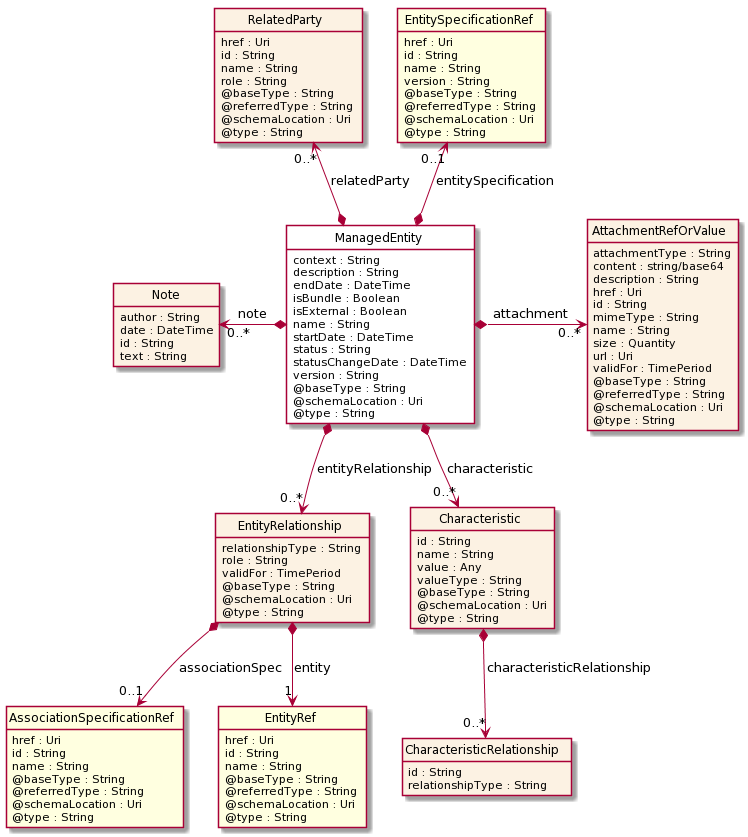
This is apis/TMF703_Entity_Inventory/documentation/diagrams/Resource_ManagedEntity.png from tmforum-apis/Open_Api_And_Data_Model, a PlantUML export, as it was before one commit. Source of this version:
```plantuml
@startuml
hide circle
hide methods
hide stereotype
show <<Enumeration>> stereotype
skinparam class {
   BackgroundColor<<Enumeration>> #E6F5F7
   BackgroundColor<<Ref>> #FFFFE0
   BackgroundColor<<Pivot>> #FFFFFFF
   BackgroundColor #FCF2E3
}

class ManagedEntity  <<Pivot>> {
    context : String
    description : String
    endDate : DateTime
    isBundle : Boolean
    isExternal : Boolean
    name : String
    startDate : DateTime
    status : String
    statusChangeDate : DateTime
    version : String
    @baseType : String
    @schemaLocation : Uri
    @type : String
}

class Note  {
    author : String
    date : DateTime
    id : String
    text : String
}

class EntityRelationship  {
    relationshipType : String
    role : String
    validFor : TimePeriod
    @baseType : String
    @schemaLocation : Uri
    @type : String
}

class AssociationSpecificationRef  <<Ref>> {
    href : Uri
    id : String
    name : String
    @baseType : String
    @referredType : String
    @schemaLocation : Uri
    @type : String
}

class EntityRef  <<Ref>> {
    href : Uri
    id : String
    name : String
    @baseType : String
    @referredType : String
    @schemaLocation : Uri
    @type : String
}

class RelatedParty  {
    href : Uri
    id : String
    name : String
    role : String
    @baseType : String
    @referredType : String
    @schemaLocation : Uri
    @type : String
}

class Characteristic  {
    id : String
    name : String
    value : Any
    valueType : String
    @baseType : String
    @schemaLocation : Uri
    @type : String
}

class CharacteristicRelationship  {
    id : String
    relationshipType : String
}

class AttachmentRefOrValue  {
    attachmentType : String
    content : string/base64
    description : String
    href : Uri
    id : String
    mimeType : String
    name : String
    size : Quantity
    url : Uri
    validFor : TimePeriod
    @baseType : String
    @referredType : String
    @schemaLocation : Uri
    @type : String
}

class EntitySpecificationRef  <<Ref>> {
    href : Uri
    id : String
    name : String
    version : String
    @baseType : String
    @referredType : String
    @schemaLocation : Uri
    @type : String
}

Note "0..*" <-left-* ManagedEntity : note

ManagedEntity *-right-> "0..*" AttachmentRefOrValue : attachment

RelatedParty "0..*" <--* ManagedEntity : relatedParty

EntitySpecificationRef "0..1" <--* ManagedEntity : entitySpecification

ManagedEntity *-->  "0..*" Characteristic : characteristic

ManagedEntity *-->  "0..*" EntityRelationship : entityRelationship

EntityRelationship *-->  "0..1" AssociationSpecificationRef : associationSpec

EntityRelationship *-->  "1" EntityRef : entity

Characteristic *-->  "0..*" CharacteristicRelationship : characteristicRelationship

@enduml
```
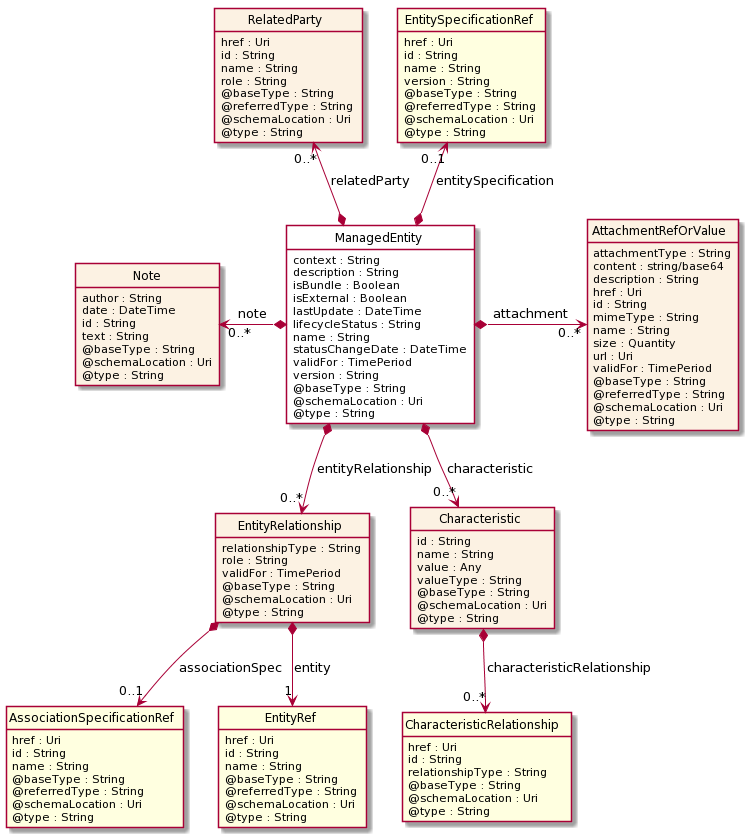
The same file after the commit.

The edit, as a diff of the source:
```diff
@@ -13,13 +13,13 @@
 class ManagedEntity  <<Pivot>> {
     context : String
     description : String
-    endDate : DateTime
     isBundle : Boolean
     isExternal : Boolean
+    lastUpdate : DateTime
+    lifecycleStatus : String
     name : String
-    startDate : DateTime
-    status : String
     statusChangeDate : DateTime
+    validFor : TimePeriod
     version : String
     @baseType : String
     @schemaLocation : Uri
@@ -31,6 +31,9 @@
     date : DateTime
     id : String
     text : String
+    @baseType : String
+    @schemaLocation : Uri
+    @type : String
 }
 
 class EntityRelationship  {
@@ -83,9 +86,13 @@
     @type : String
 }
 
-class CharacteristicRelationship  {
+class CharacteristicRelationship  <<Ref>> {
+    href : Uri
     id : String
     relationshipType : String
+    @baseType : String
+    @schemaLocation : Uri
+    @type : String
 }
 
 class AttachmentRefOrValue  {
```
